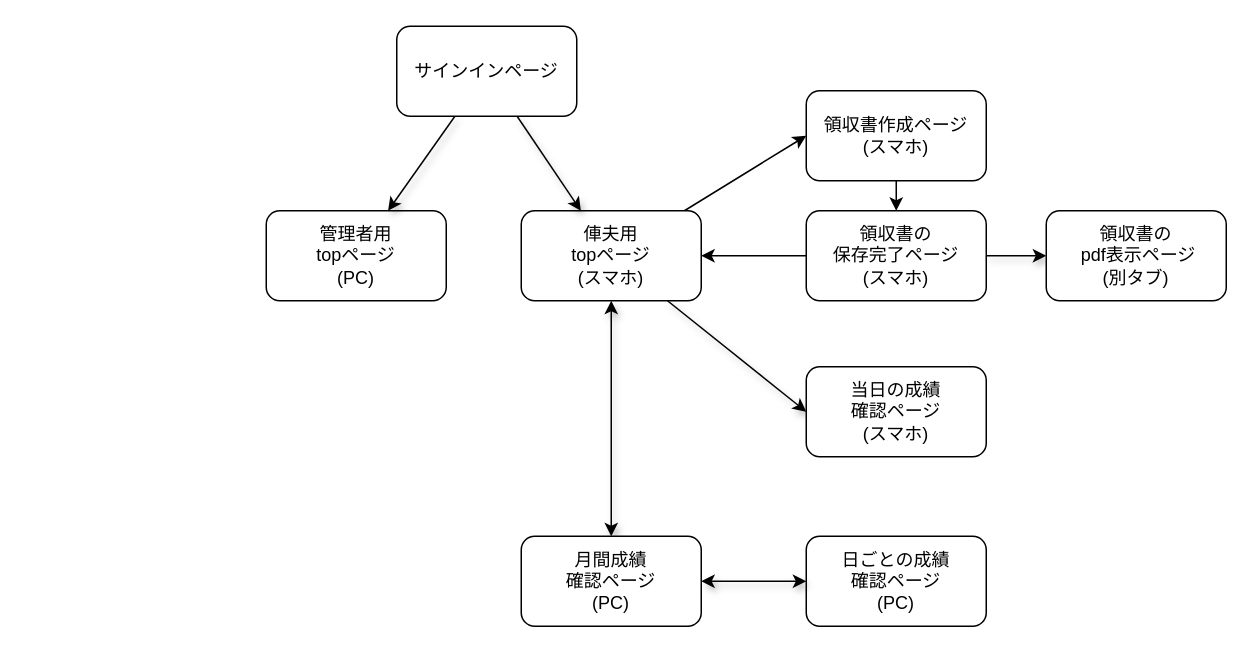
Earlier version of the draw.io diagram STD.dio (kansei-bit/rickshaw). Source tidied: cells renumbered, new cells numbered last; positions are measured from the earlier drawing's top-left corner, leaving out a move shared by most shapes. Both pictures are drawn from the tidied source at 150%, with x=0, y=0 at pixel (266, 26).
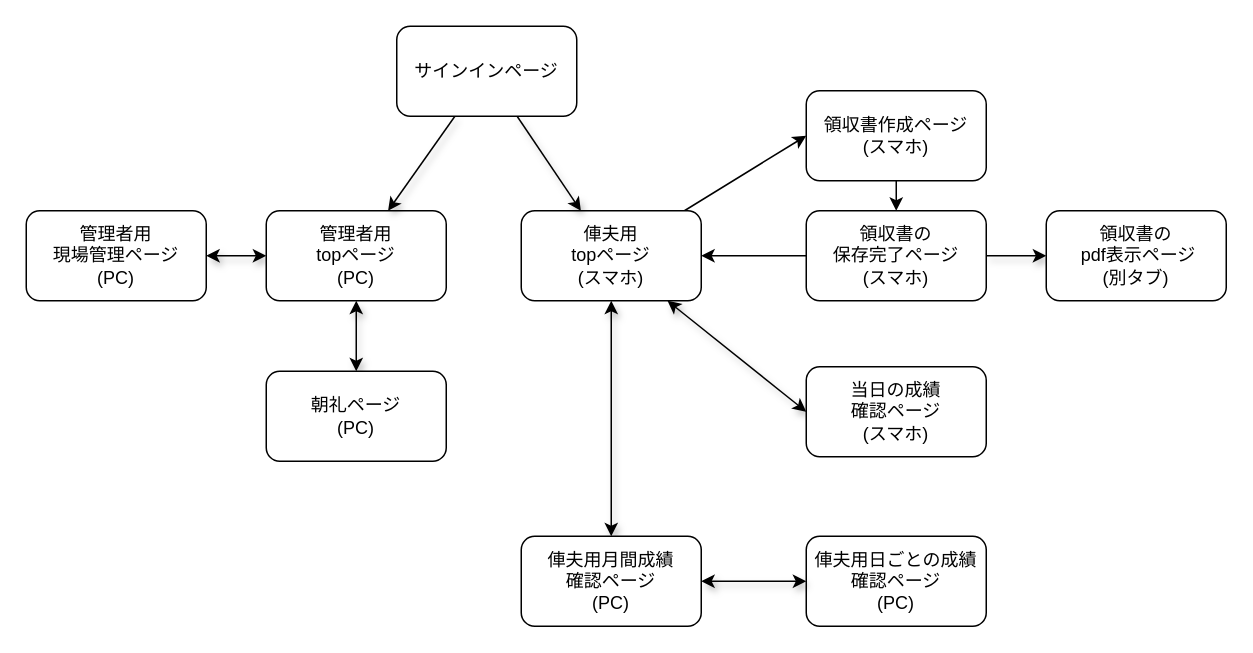
After the change.

Commit message:
画面遷移図の追記

The change refers to these unchanged cells:
```xml
<mxCell id="7" value="俥夫用&lt;br&gt;topページ&lt;br&gt;(スマホ)" style="rounded=1;whiteSpace=wrap;html=1;" parent="1" vertex="1">
  <mxGeometry x="170" y="123" width="120" height="60" as="geometry" />
</mxCell>
<mxCell id="8" value="当日の成績&lt;br&gt;確認ページ&lt;br&gt;(スマホ)" style="rounded=1;whiteSpace=wrap;html=1;" parent="1" vertex="1">
  <mxGeometry x="360" y="227" width="120" height="60" as="geometry" />
</mxCell>
<mxCell id="13" value="管理者用&lt;br&gt;topページ&lt;br&gt;(PC)" style="rounded=1;whiteSpace=wrap;html=1;" parent="1" vertex="1">
  <mxGeometry y="123" width="120" height="60" as="geometry" />
</mxCell>
```

What changed in the source:
```diff
@@
-    <mxCell id="5" style="edgeStyle=none;rounded=0;jettySize=auto;html=1;entryX=0;entryY=0.5;entryDx=0;entryDy=0;shadow=1;startArrow=none;startFill=0;" parent="1" edge="1" source="7" target="8">
+    <mxCell id="5" style="edgeStyle=none;rounded=0;jettySize=auto;html=1;entryX=0;entryY=0.5;entryDx=0;entryDy=0;shadow=1;startArrow=classic;startFill=1;" parent="1" edge="1" source="7" target="8">
       <mxGeometry relative="1" as="geometry" />
     </mxCell>
@@
+    <mxCell id="20" style="edgeStyle=none;rounded=0;jettySize=auto;html=1;entryX=0.5;entryY=0;entryDx=0;entryDy=0;shadow=1;startArrow=classic;startFill=1;" parent="1" edge="1" source="13" target="22">
+      <mxGeometry relative="1" as="geometry" />
+    </mxCell>
+    <mxCell id="21" style="edgeStyle=none;rounded=0;jettySize=auto;html=1;entryX=1;entryY=0.5;entryDx=0;entryDy=0;shadow=1;startArrow=classic;startFill=1;" parent="1" edge="1" source="13" target="23">
+      <mxGeometry relative="1" as="geometry" />
+    </mxCell>
@@
-    <mxCell id="17" value="日ごとの成績&lt;br&gt;確認ページ&lt;br&gt;(PC)" style="rounded=1;whiteSpace=wrap;html=1;" parent="1" vertex="1">
+    <mxCell id="17" value="俥夫用日ごとの成績&lt;br&gt;確認ページ&lt;br&gt;(PC)" style="rounded=1;whiteSpace=wrap;html=1;" parent="1" vertex="1">
       <mxGeometry x="360" y="340" width="120" height="60" as="geometry" />
     </mxCell>
@@
-    <mxCell id="19" value="月間成績&lt;br&gt;確認ページ&lt;br&gt;(PC)" style="rounded=1;whiteSpace=wrap;html=1;" parent="1" vertex="1">
+    <mxCell id="19" value="俥夫用月間成績&lt;br&gt;確認ページ&lt;br&gt;(PC)" style="rounded=1;whiteSpace=wrap;html=1;" parent="1" vertex="1">
       <mxGeometry x="170" y="340" width="120" height="60" as="geometry" />
     </mxCell>
+    <mxCell id="22" value="朝礼ページ&lt;br&gt;(PC)" style="rounded=1;whiteSpace=wrap;html=1;" parent="1" vertex="1">
+      <mxGeometry y="230" width="120" height="60" as="geometry" />
+    </mxCell>
+    <mxCell id="23" value="管理者用&lt;br&gt;現場管理ページ&lt;br&gt;(PC)" style="rounded=1;whiteSpace=wrap;html=1;" parent="1" vertex="1">
+      <mxGeometry x="-160" y="123" width="120" height="60" as="geometry" />
+    </mxCell>
```
